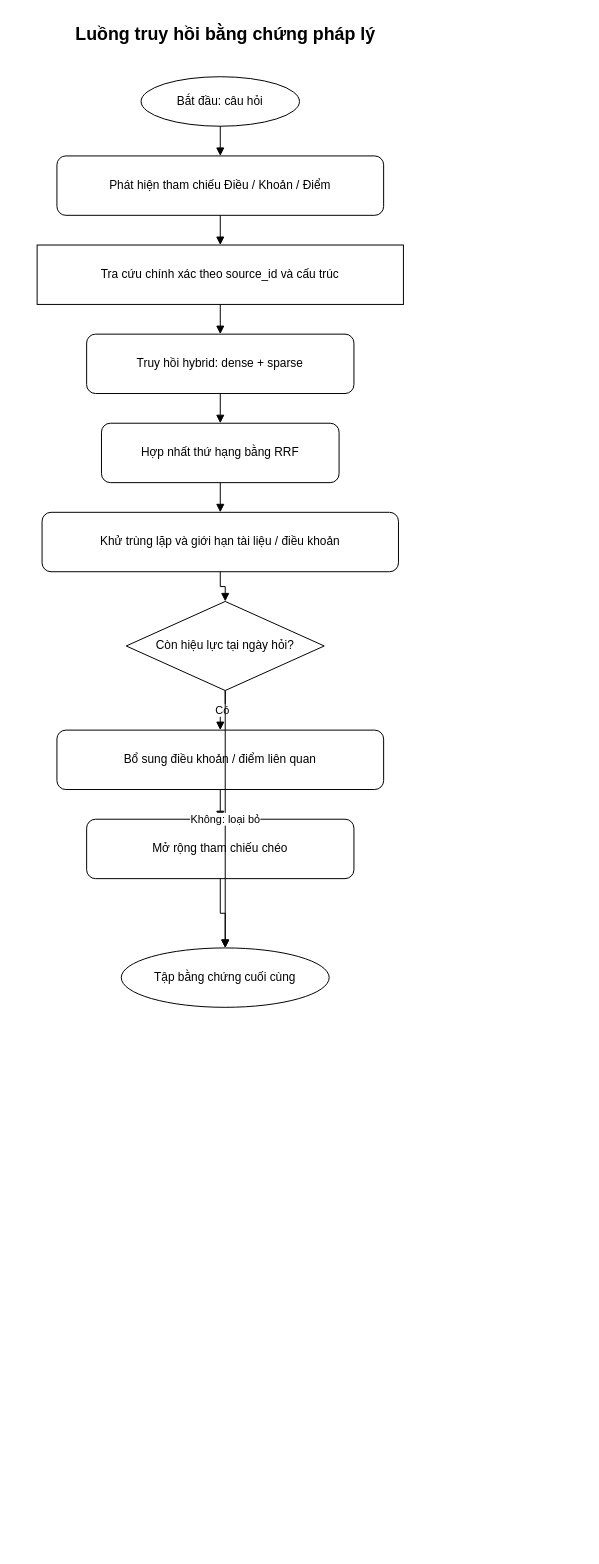
PhucTruong-ctrl/vn-traffic-law-RAG keeps this draw.io diagram as docs/diagrams/drawio/ch3_flow_retrieval.drawio. Above is the earlier version. Source tidied: cells renumbered, new cells numbered last; positions are measured from the earlier drawing's top-left corner, leaving out a move shared by most shapes. Both pictures are drawn from the tidied source at 99%, with x=0, y=0 at pixel (17, 17).
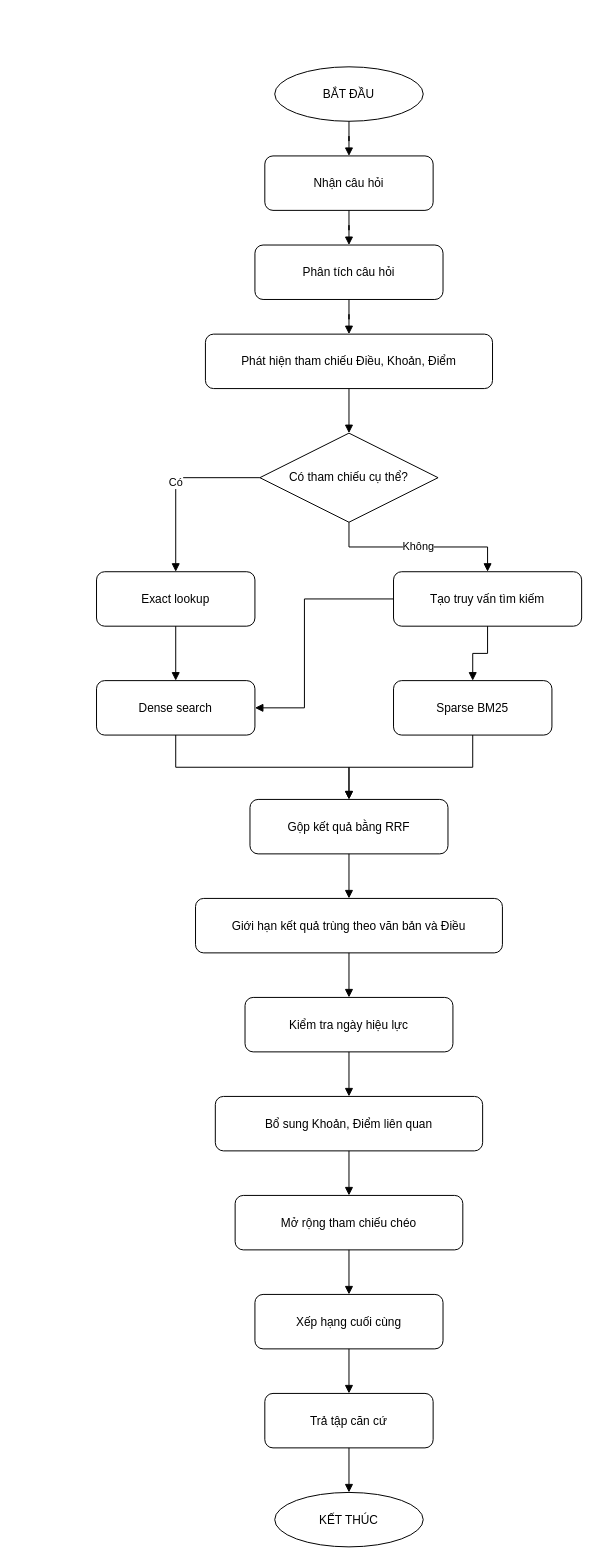
Above is the later version.

The edit, as a diff of the source:
```diff
@@
-    <mxCell id="2" value="Luồng truy hồi bằng chứng pháp lý" style="text;html=1;align=center;fontSize=18;fontStyle=1;" parent="1" vertex="1">
-      <mxGeometry width="420" height="40" as="geometry" />
-    </mxCell>
-    <mxCell id="3" value="Bắt đầu: câu hỏi" style="ellipse;whiteSpace=wrap;html=1;" parent="1" vertex="1">
-      <mxGeometry x="125" y="60" width="160" height="50" as="geometry" />
+    <mxCell id="3" value="BẮT ĐẦU" style="ellipse;whiteSpace=wrap;html=1;fillColor=#ffffff;strokeColor=#000000;" parent="1" vertex="1">
+      <mxGeometry x="260" y="50" width="150" height="55" as="geometry" />
     </mxCell>
-    <mxCell id="4" value="Phát hiện tham chiếu Điều / Khoản / Điểm" style="rounded=1;whiteSpace=wrap;html=1;" parent="1" vertex="1">
-      <mxGeometry x="40" y="140" width="330" height="60" as="geometry" />
-    </mxCell>
-    <mxCell id="5" value="Tra cứu chính xác theo source_id và cấu trúc" style="parallelogram;whiteSpace=wrap;html=1;" parent="1" vertex="1">
-      <mxGeometry x="20" y="230" width="370" height="60" as="geometry" />
-    </mxCell>
-    <mxCell id="6" value="Truy hồi hybrid: dense + sparse" style="rounded=1;whiteSpace=wrap;html=1;" parent="1" vertex="1">
-      <mxGeometry x="70" y="320" width="270" height="60" as="geometry" />
-    </mxCell>
-    <mxCell id="7" value="Hợp nhất thứ hạng bằng RRF" style="rounded=1;whiteSpace=wrap;html=1;" parent="1" vertex="1">
-      <mxGeometry x="85" y="410" width="240" height="60" as="geometry" />
-    </mxCell>
-    <mxCell id="8" value="Khử trùng lặp và giới hạn tài liệu / điều khoản" style="rounded=1;whiteSpace=wrap;html=1;" parent="1" vertex="1">
-      <mxGeometry x="25" y="500" width="360" height="60" as="geometry" />
-    </mxCell>
-    <mxCell id="9" value="Còn hiệu lực tại ngày hỏi?" style="rhombus;whiteSpace=wrap;html=1;" parent="1" vertex="1">
-      <mxGeometry x="110" y="590" width="200" height="90" as="geometry" />
-    </mxCell>
-    <mxCell id="10" value="Bổ sung điều khoản / điểm liên quan" style="rounded=1;whiteSpace=wrap;html=1;" parent="1" vertex="1">
-      <mxGeometry x="40" y="720" width="330" height="60" as="geometry" />
-    </mxCell>
+    <mxCell id="23" value="Nhận câu hỏi" style="rounded=1;whiteSpace=wrap;html=1;fillColor=#ffffff;strokeColor=#000000;" parent="1" vertex="1">
+      <mxGeometry x="250" y="140" width="170" height="55" as="geometry" />
+    </mxCell>
+    <mxCell id="24" value="Phân tích câu hỏi" style="rounded=1;whiteSpace=wrap;html=1;fillColor=#ffffff;strokeColor=#000000;" parent="1" vertex="1">
+      <mxGeometry x="240" y="230" width="190" height="55" as="geometry" />
+    </mxCell>
+    <mxCell id="25" value="Phát hiện tham chiếu Điều, Khoản, Điểm" style="rounded=1;whiteSpace=wrap;html=1;fillColor=#ffffff;strokeColor=#000000;" parent="1" vertex="1">
+      <mxGeometry x="190" y="320" width="290" height="55" as="geometry" />
+    </mxCell>
+    <mxCell id="26" value="Có tham chiếu cụ thể?" style="rhombus;whiteSpace=wrap;html=1;fillColor=#ffffff;strokeColor=#000000;" parent="1" vertex="1">
+      <mxGeometry x="245" y="420" width="180" height="90" as="geometry" />
+    </mxCell>
+    <mxCell id="27" value="Exact lookup" style="rounded=1;whiteSpace=wrap;html=1;fillColor=#ffffff;strokeColor=#000000;" parent="1" vertex="1">
+      <mxGeometry x="80" y="560" width="160" height="55" as="geometry" />
+    </mxCell>
+    <mxCell id="28" value="Tạo truy vấn tìm kiếm" style="rounded=1;whiteSpace=wrap;html=1;fillColor=#ffffff;strokeColor=#000000;" parent="1" vertex="1">
+      <mxGeometry x="380" y="560" width="190" height="55" as="geometry" />
+    </mxCell>
+    <mxCell id="29" value="Dense search" style="rounded=1;whiteSpace=wrap;html=1;fillColor=#ffffff;strokeColor=#000000;" parent="1" vertex="1">
+      <mxGeometry x="80" y="670" width="160" height="55" as="geometry" />
+    </mxCell>
+    <mxCell id="30" value="Sparse BM25" style="rounded=1;whiteSpace=wrap;html=1;fillColor=#ffffff;strokeColor=#000000;" parent="1" vertex="1">
+      <mxGeometry x="380" y="670" width="160" height="55" as="geometry" />
+    </mxCell>
+    <mxCell id="31" value="Gộp kết quả bằng RRF" style="rounded=1;whiteSpace=wrap;html=1;fillColor=#ffffff;strokeColor=#000000;" parent="1" vertex="1">
+      <mxGeometry x="235" y="790" width="200" height="55" as="geometry" />
+    </mxCell>
+    <mxCell id="32" value="Giới hạn kết quả trùng theo văn bản và Điều" style="rounded=1;whiteSpace=wrap;html=1;fillColor=#ffffff;strokeColor=#000000;" parent="1" vertex="1">
+      <mxGeometry x="180" y="890" width="310" height="55" as="geometry" />
+    </mxCell>
+    <mxCell id="33" value="Kiểm tra ngày hiệu lực" style="rounded=1;whiteSpace=wrap;html=1;fillColor=#ffffff;strokeColor=#000000;" parent="1" vertex="1">
+      <mxGeometry x="230" y="990" width="210" height="55" as="geometry" />
+    </mxCell>
+    <mxCell id="34" value="Bổ sung Khoản, Điểm liên quan" style="rounded=1;whiteSpace=wrap;html=1;fillColor=#ffffff;strokeColor=#000000;" parent="1" vertex="1">
+      <mxGeometry x="200" y="1090" width="270" height="55" as="geometry" />
+    </mxCell>
-    <mxCell id="11" value="Mở rộng tham chiếu chéo" style="rounded=1;whiteSpace=wrap;html=1;" parent="1" vertex="1">
-      <mxGeometry x="70" y="810" width="270" height="60" as="geometry" />
+    <mxCell id="11" value="Mở rộng tham chiếu chéo" style="rounded=1;whiteSpace=wrap;html=1;fillColor=#ffffff;strokeColor=#000000;" parent="1" vertex="1">
+      <mxGeometry x="220" y="1190" width="230" height="55" as="geometry" />
     </mxCell>
-    <mxCell id="12" value="Tập bằng chứng cuối cùng" style="ellipse;whiteSpace=wrap;html=1;" parent="1" vertex="1">
-      <mxGeometry x="105" y="940" width="210" height="60" as="geometry" />
-    </mxCell>
+    <mxCell id="35" value="Xếp hạng cuối cùng" style="rounded=1;whiteSpace=wrap;html=1;fillColor=#ffffff;strokeColor=#000000;" parent="1" vertex="1">
+      <mxGeometry x="240" y="1290" width="190" height="55" as="geometry" />
+    </mxCell>
+    <mxCell id="36" value="Trả tập căn cứ" style="rounded=1;whiteSpace=wrap;html=1;fillColor=#ffffff;strokeColor=#000000;" parent="1" vertex="1">
+      <mxGeometry x="250" y="1390" width="170" height="55" as="geometry" />
+    </mxCell>
+    <mxCell id="37" value="KẾT THÚC" style="ellipse;whiteSpace=wrap;html=1;fillColor=#ffffff;strokeColor=#000000;" parent="1" vertex="1">
+      <mxGeometry x="260" y="1490" width="150" height="55" as="geometry" />
+    </mxCell>
-    <mxCell id="13" style="edgeStyle=orthogonalEdgeStyle;rounded=0;html=1;endArrow=block;" parent="1" edge="1" source="3" target="4">
+    <mxCell id="13" style="edgeStyle=orthogonalEdgeStyle;rounded=0;jettySize=auto;html=1;endArrow=block;endFill=1;" parent="1" edge="1" source="3" target="23">
       <mxGeometry relative="1" as="geometry" />
     </mxCell>
-    <mxCell id="14" style="edgeStyle=orthogonalEdgeStyle;rounded=0;html=1;endArrow=block;" parent="1" edge="1" source="4" target="5">
+    <mxCell id="14" style="edgeStyle=orthogonalEdgeStyle;rounded=0;jettySize=auto;html=1;endArrow=block;endFill=1;" parent="1" edge="1" source="23" target="24">
       <mxGeometry relative="1" as="geometry" />
     </mxCell>
-    <mxCell id="15" style="edgeStyle=orthogonalEdgeStyle;rounded=0;html=1;endArrow=block;" parent="1" edge="1" source="5" target="6">
+    <mxCell id="15" style="edgeStyle=orthogonalEdgeStyle;rounded=0;jettySize=auto;html=1;endArrow=block;endFill=1;" parent="1" edge="1" source="24" target="25">
       <mxGeometry relative="1" as="geometry" />
     </mxCell>
-    <mxCell id="16" style="edgeStyle=orthogonalEdgeStyle;rounded=0;html=1;endArrow=block;" parent="1" edge="1" source="6" target="7">
+    <mxCell id="16" style="edgeStyle=orthogonalEdgeStyle;rounded=0;jettySize=auto;html=1;endArrow=block;endFill=1;" parent="1" edge="1" source="25" target="26">
       <mxGeometry relative="1" as="geometry" />
     </mxCell>
-    <mxCell id="17" style="edgeStyle=orthogonalEdgeStyle;rounded=0;html=1;endArrow=block;" parent="1" edge="1" source="7" target="8">
+    <mxCell id="17" value="Có" style="edgeStyle=orthogonalEdgeStyle;rounded=0;jettySize=auto;html=1;endArrow=block;endFill=1;" parent="1" edge="1" source="26" target="27">
       <mxGeometry relative="1" as="geometry" />
     </mxCell>
-    <mxCell id="18" style="edgeStyle=orthogonalEdgeStyle;rounded=0;html=1;endArrow=block;" parent="1" edge="1" source="8" target="9">
+    <mxCell id="18" value="Không" style="edgeStyle=orthogonalEdgeStyle;rounded=0;jettySize=auto;html=1;endArrow=block;endFill=1;" parent="1" edge="1" source="26" target="28">
       <mxGeometry relative="1" as="geometry" />
     </mxCell>
-    <mxCell id="19" value="Có" style="edgeStyle=orthogonalEdgeStyle;rounded=0;html=1;endArrow=block;" parent="1" edge="1" source="9" target="10">
+    <mxCell id="19" style="edgeStyle=orthogonalEdgeStyle;rounded=0;jettySize=auto;html=1;endArrow=block;endFill=1;" parent="1" edge="1" source="27" target="29">
       <mxGeometry relative="1" as="geometry" />
     </mxCell>
-    <mxCell id="20" style="edgeStyle=orthogonalEdgeStyle;rounded=0;html=1;endArrow=block;" parent="1" edge="1" source="10" target="11">
-      <mxGeometry relative="1" as="geometry" />
+    <mxCell id="20" style="edgeStyle=orthogonalEdgeStyle;rounded=0;jettySize=auto;html=1;endArrow=block;endFill=1;" parent="1" edge="1" source="28" target="29">
+      <mxGeometry relative="1" as="geometry">
+        <Array as="points">
+          <mxPoint x="290" y="587.5" />
+          <mxPoint x="290" y="697.5" />
+        </Array>
+      </mxGeometry>
     </mxCell>
-    <mxCell id="21" style="edgeStyle=orthogonalEdgeStyle;rounded=0;html=1;endArrow=block;" parent="1" edge="1" source="11" target="12">
+    <mxCell id="21" style="edgeStyle=orthogonalEdgeStyle;rounded=0;jettySize=auto;html=1;endArrow=block;endFill=1;" parent="1" edge="1" source="28" target="30">
       <mxGeometry relative="1" as="geometry" />
     </mxCell>
-    <mxCell id="22" value="Không: loại bỏ" style="edgeStyle=orthogonalEdgeStyle;rounded=0;html=1;endArrow=block;" parent="1" edge="1" source="9" target="12">
+    <mxCell id="22" style="edgeStyle=orthogonalEdgeStyle;rounded=0;jettySize=auto;html=1;endArrow=block;endFill=1;" parent="1" edge="1" source="29" target="31">
       <mxGeometry relative="1" as="geometry" />
     </mxCell>
+    <mxCell id="38" style="edgeStyle=orthogonalEdgeStyle;rounded=0;jettySize=auto;html=1;endArrow=block;endFill=1;" parent="1" edge="1" source="30" target="31">
+      <mxGeometry relative="1" as="geometry" />
+    </mxCell>
+    <mxCell id="39" style="edgeStyle=orthogonalEdgeStyle;rounded=0;jettySize=auto;html=1;endArrow=block;endFill=1;" parent="1" edge="1" source="31" target="32">
+      <mxGeometry relative="1" as="geometry" />
+    </mxCell>
+    <mxCell id="40" style="edgeStyle=orthogonalEdgeStyle;rounded=0;jettySize=auto;html=1;endArrow=block;endFill=1;" parent="1" edge="1" source="32" target="33">
+      <mxGeometry relative="1" as="geometry" />
+    </mxCell>
+    <mxCell id="41" style="edgeStyle=orthogonalEdgeStyle;rounded=0;jettySize=auto;html=1;endArrow=block;endFill=1;" parent="1" edge="1" source="33" target="34">
+      <mxGeometry relative="1" as="geometry" />
+    </mxCell>
+    <mxCell id="42" style="edgeStyle=orthogonalEdgeStyle;rounded=0;jettySize=auto;html=1;endArrow=block;endFill=1;" parent="1" edge="1" source="34" target="11">
+      <mxGeometry relative="1" as="geometry" />
+    </mxCell>
+    <mxCell id="43" style="edgeStyle=orthogonalEdgeStyle;rounded=0;jettySize=auto;html=1;endArrow=block;endFill=1;" parent="1" edge="1" source="11" target="35">
+      <mxGeometry relative="1" as="geometry" />
+    </mxCell>
+    <mxCell id="44" style="edgeStyle=orthogonalEdgeStyle;rounded=0;jettySize=auto;html=1;endArrow=block;endFill=1;" parent="1" edge="1" source="35" target="36">
+      <mxGeometry relative="1" as="geometry" />
+    </mxCell>
+    <mxCell id="45" style="edgeStyle=orthogonalEdgeStyle;rounded=0;jettySize=auto;html=1;endArrow=block;endFill=1;" parent="1" edge="1" source="36" target="37">
+      <mxGeometry relative="1" as="geometry" />
+    </mxCell>
```
